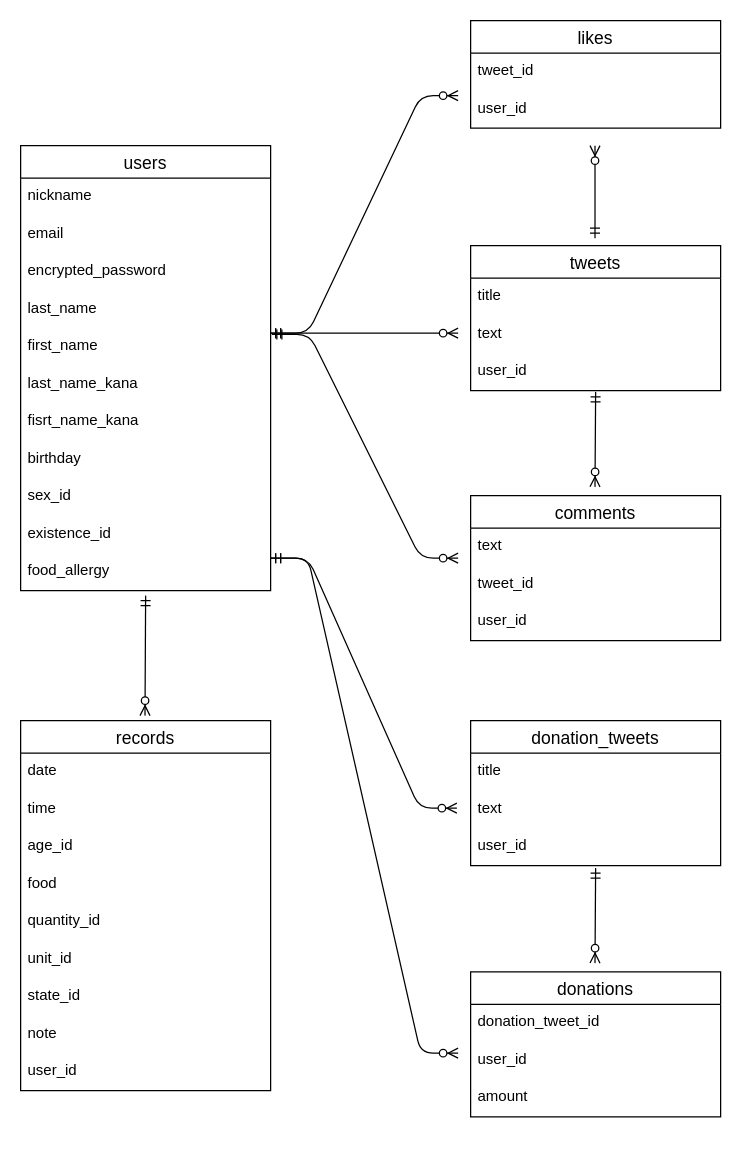
Earlier version of the draw.io diagram ER.dio (t-tokio/Aller). Source tidied: cells renumbered, new cells numbered last; positions are measured from the earlier drawing's top-left corner, leaving out a move shared by most shapes. Both pictures are drawn from the tidied source at 125%, with x=0, y=0 at pixel (20, 20).
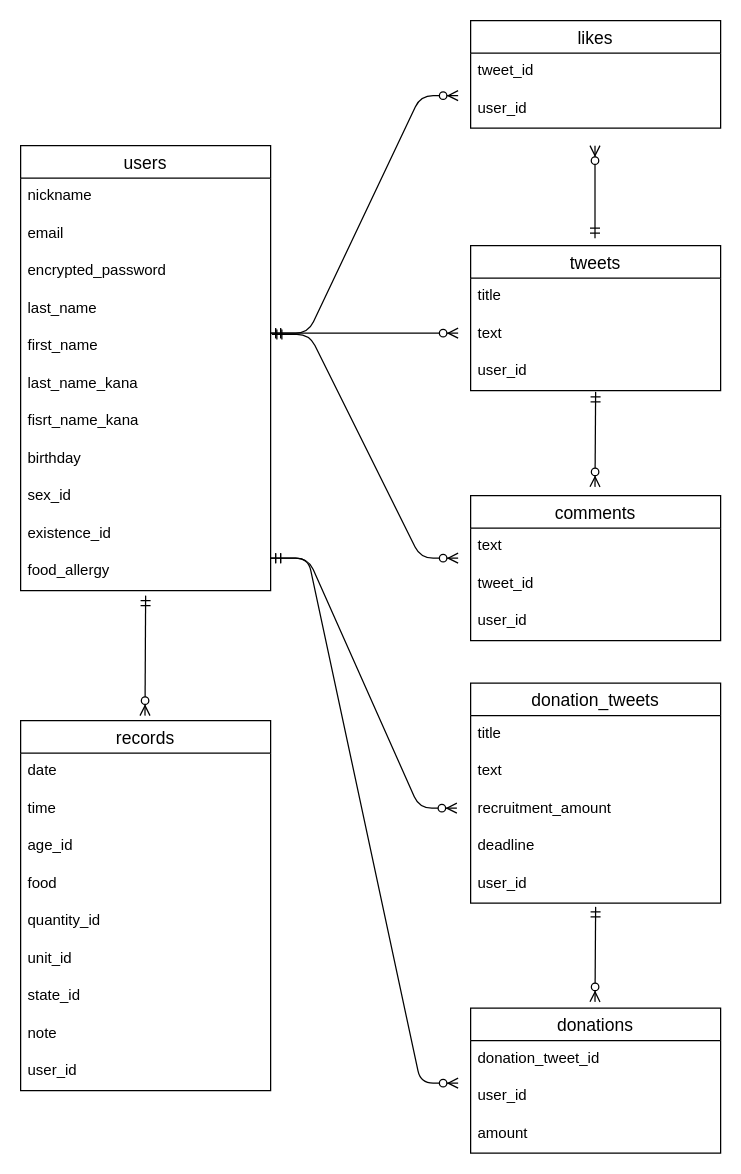
Above is the later version.

What changed in the source:
```diff
@@
     <mxCell id="41" value="donation_tweets" style="swimlane;fontStyle=0;horizontal=1;startSize=26;align=center;fontSize=14;" parent="1" vertex="1">
-      <mxGeometry x="360" y="560" width="200" height="116" as="geometry" />
+      <mxGeometry x="360" y="530" width="200" height="176" as="geometry" />
     </mxCell>
@@
+    <mxCell id="52" value="recruitment_amount" style="text;strokeColor=none;fillColor=none;spacingLeft=4;spacingRight=4;overflow=hidden;fontSize=12;" parent="41" vertex="1">
+      <mxGeometry y="86" width="200" height="30" as="geometry" />
+    </mxCell>
+    <mxCell id="53" value="deadline" style="text;strokeColor=none;fillColor=none;spacingLeft=4;spacingRight=4;overflow=hidden;fontSize=12;" parent="41" vertex="1">
+      <mxGeometry y="116" width="200" height="30" as="geometry" />
+    </mxCell>
     <mxCell id="44" value="user_id" style="text;strokeColor=none;fillColor=none;spacingLeft=4;spacingRight=4;overflow=hidden;fontSize=12;" parent="41" vertex="1">
-      <mxGeometry y="86" width="200" height="30" as="geometry" />
+      <mxGeometry y="146" width="200" height="30" as="geometry" />
     </mxCell>
     <mxCell id="45" value="donations" style="swimlane;fontStyle=0;horizontal=1;startSize=26;align=center;fontSize=14;" parent="1" vertex="1">
-      <mxGeometry x="360" y="761" width="200" height="116" as="geometry" />
+      <mxGeometry x="360" y="790" width="200" height="116" as="geometry" />
     </mxCell>
@@
     <mxCell id="50" style="edgeStyle=entityRelationEdgeStyle;fontSize=12;html=1;endArrow=ERzeroToMany;startArrow=ERmandOne;" parent="1" edge="1">
       <mxGeometry relative="1" as="geometry">
         <mxPoint x="200" y="430" as="sourcePoint" />
-        <mxPoint x="350" y="826" as="targetPoint" />
+        <mxPoint x="350" y="850" as="targetPoint" />
       </mxGeometry>
     </mxCell>
     <mxCell id="51" style="fontSize=12;html=1;endArrow=ERzeroToMany;startArrow=ERmandOne;" parent="1" edge="1">
       <mxGeometry relative="1" as="geometry">
-        <mxPoint x="460" y="678" as="sourcePoint" />
-        <mxPoint x="459.5" y="754" as="targetPoint" />
+        <mxPoint x="460" y="709" as="sourcePoint" />
+        <mxPoint x="459.5" y="785" as="targetPoint" />
       </mxGeometry>
     </mxCell>
```
